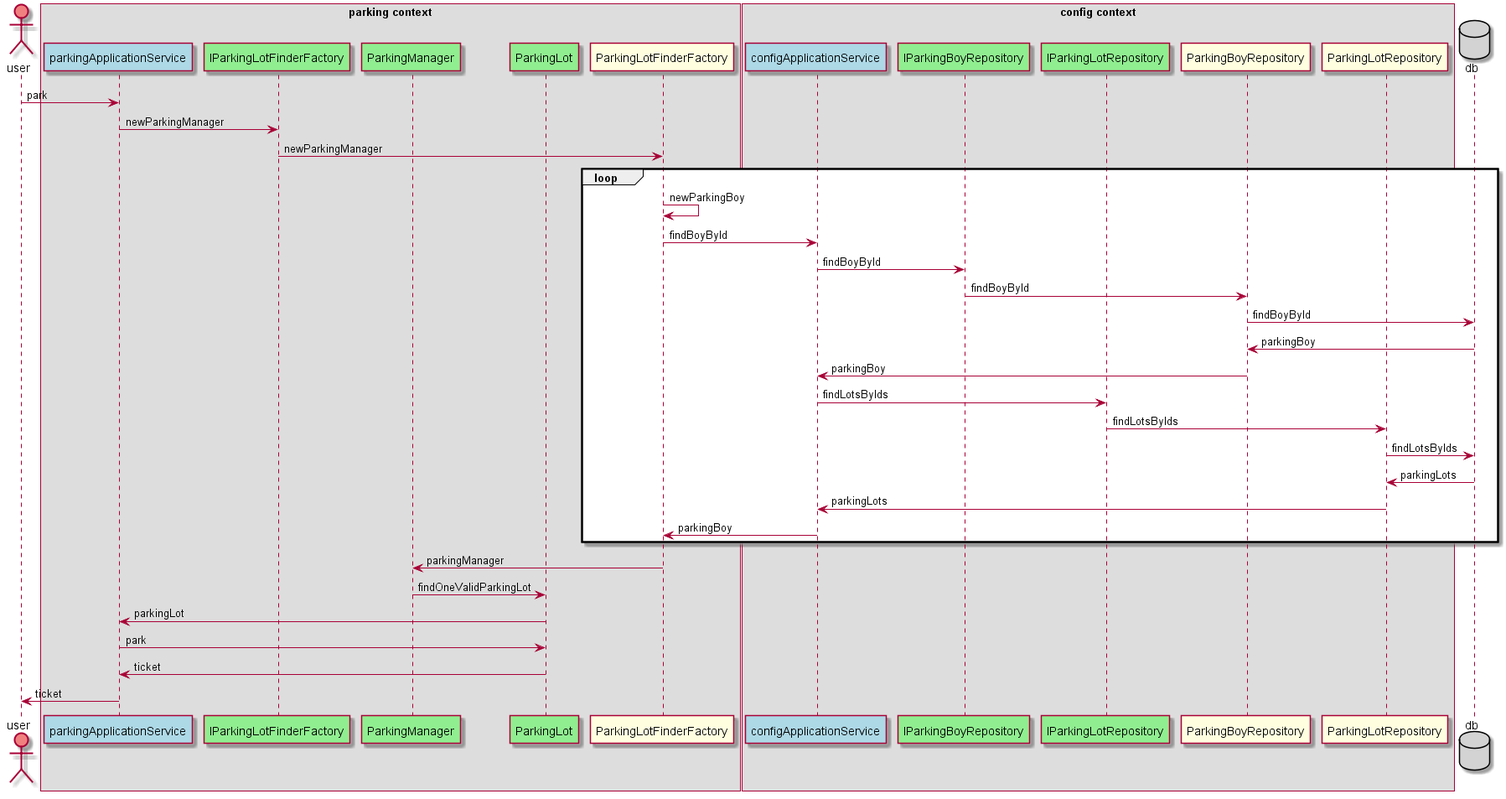
This is out/design/sequence/park.png from scglwsj/ddd-learning, a PlantUML export, as it was before one commit.
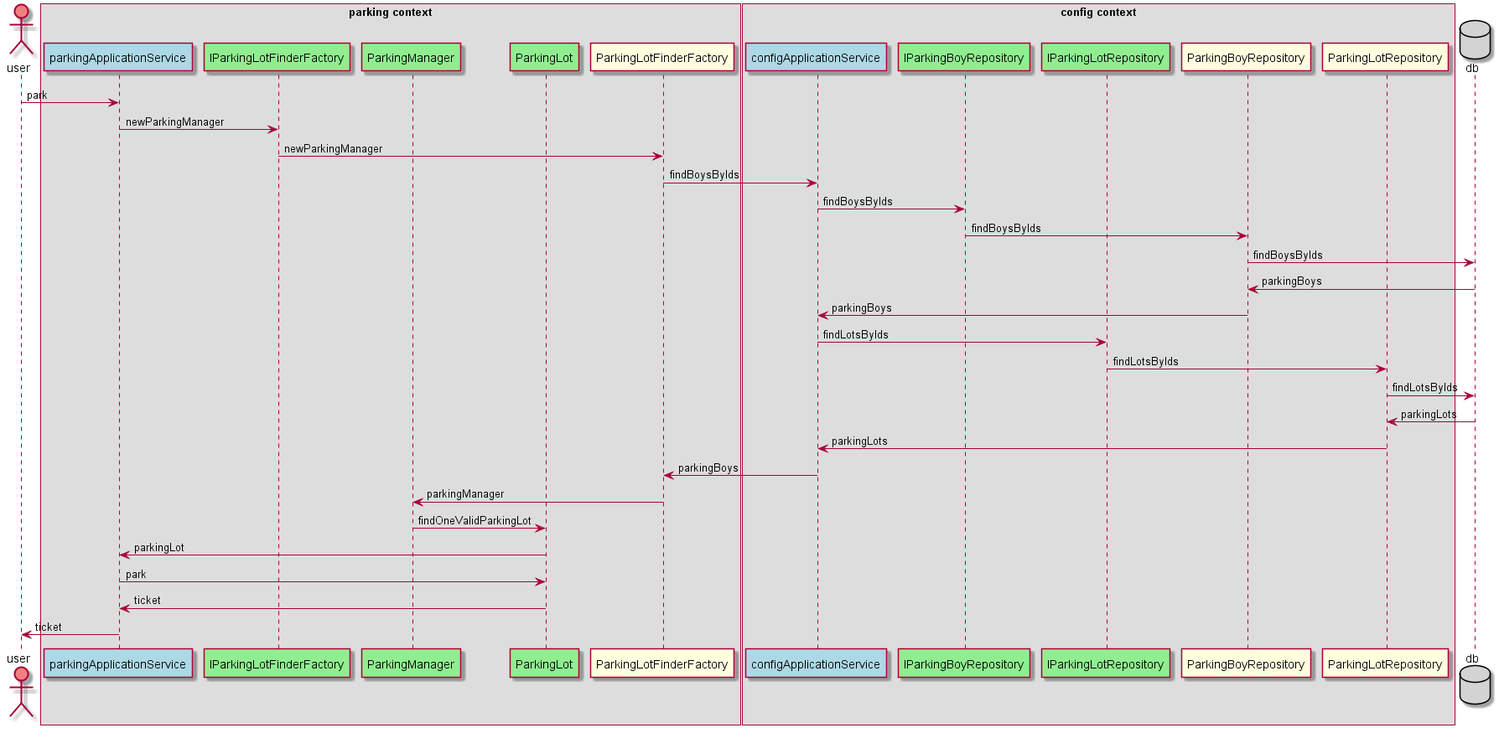
After the commit.

Diff of the diagram source:
```diff
@@ -22,21 +22,18 @@
 user -> parkingApplicationService: park
 parkingApplicationService -> IParkingLotFinderFactory: newParkingManager
 IParkingLotFinderFactory -> ParkingLotFinderFactory: newParkingManager
-loop
-    ParkingLotFinderFactory -> ParkingLotFinderFactory: newParkingBoy
-    ParkingLotFinderFactory -> configApplicationService: findBoyById
-    configApplicationService -> IParkingBoyRepository: findBoyById
-    IParkingBoyRepository -> ParkingBoyRepository: findBoyById
-    ParkingBoyRepository -> db: findBoyById
-    db -> ParkingBoyRepository: parkingBoy
-    ParkingBoyRepository -> configApplicationService: parkingBoy
-    configApplicationService -> IParkingLotRepository: findLotsByIds
-    IParkingLotRepository -> ParkingLotRepository: findLotsByIds
-    ParkingLotRepository -> db: findLotsByIds
-    db -> ParkingLotRepository: parkingLots
-    ParkingLotRepository -> configApplicationService: parkingLots
-    configApplicationService -> ParkingLotFinderFactory: parkingBoy
-end
+ParkingLotFinderFactory -> configApplicationService: findBoysByIds
+configApplicationService -> IParkingBoyRepository: findBoysByIds
+IParkingBoyRepository -> ParkingBoyRepository: findBoysByIds
+ParkingBoyRepository -> db: findBoysByIds
+db -> ParkingBoyRepository: parkingBoys
+ParkingBoyRepository -> configApplicationService: parkingBoys
+configApplicationService -> IParkingLotRepository: findLotsByIds
+IParkingLotRepository -> ParkingLotRepository: findLotsByIds
+ParkingLotRepository -> db: findLotsByIds
+db -> ParkingLotRepository: parkingLots
+ParkingLotRepository -> configApplicationService: parkingLots
+configApplicationService -> ParkingLotFinderFactory: parkingBoys
 ParkingLotFinderFactory -> ParkingManager: parkingManager
 ParkingManager -> ParkingLot: findOneValidParkingLot
 ParkingLot -> parkingApplicationService: parkingLot
```
